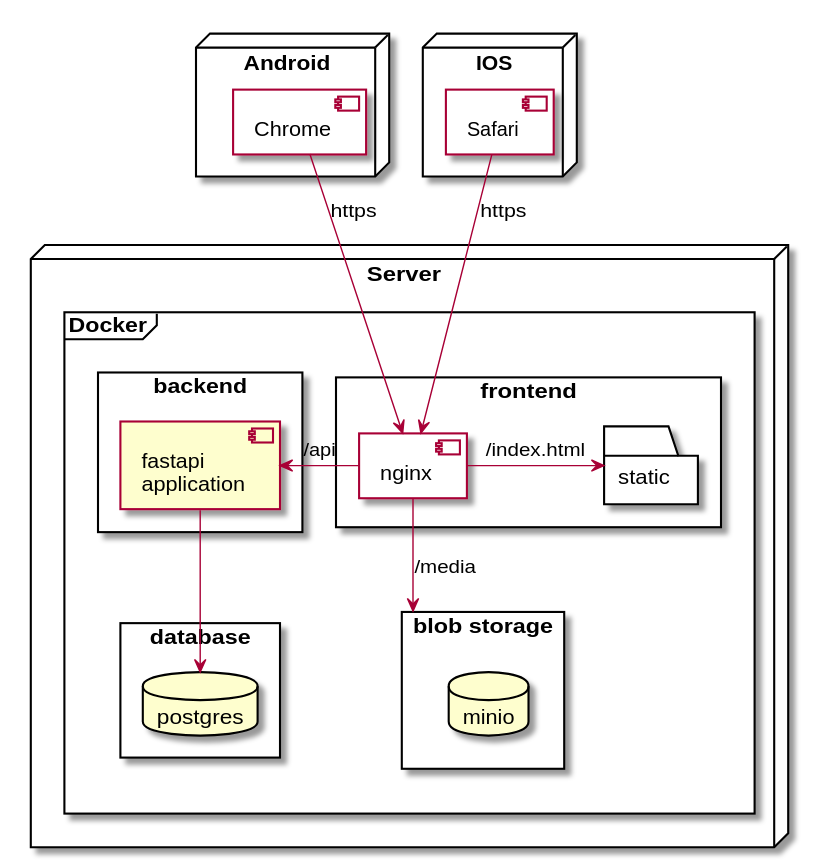
Above: deployment.svg in kluchi/diagrams (PlantUML), before the change.
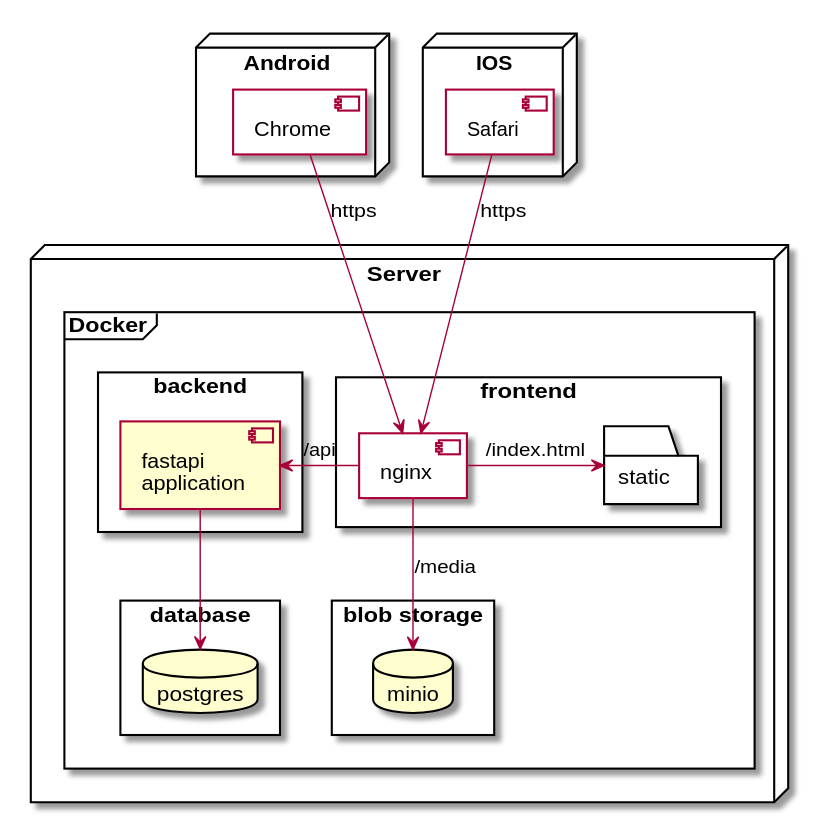
The same diagram one commit later.

Commit message:
Generate SVG and PNG images for PlantUML diagrams

Diff of the diagram source:
```diff
@@ -53,7 +53,7 @@
 nginx -l-> api_server : /api
 nginx -r-> static : /index.html
 
-nginx -d-> blob : /media
+nginx -d-> minio : /media
 
 
 api_server --> postgres
```
